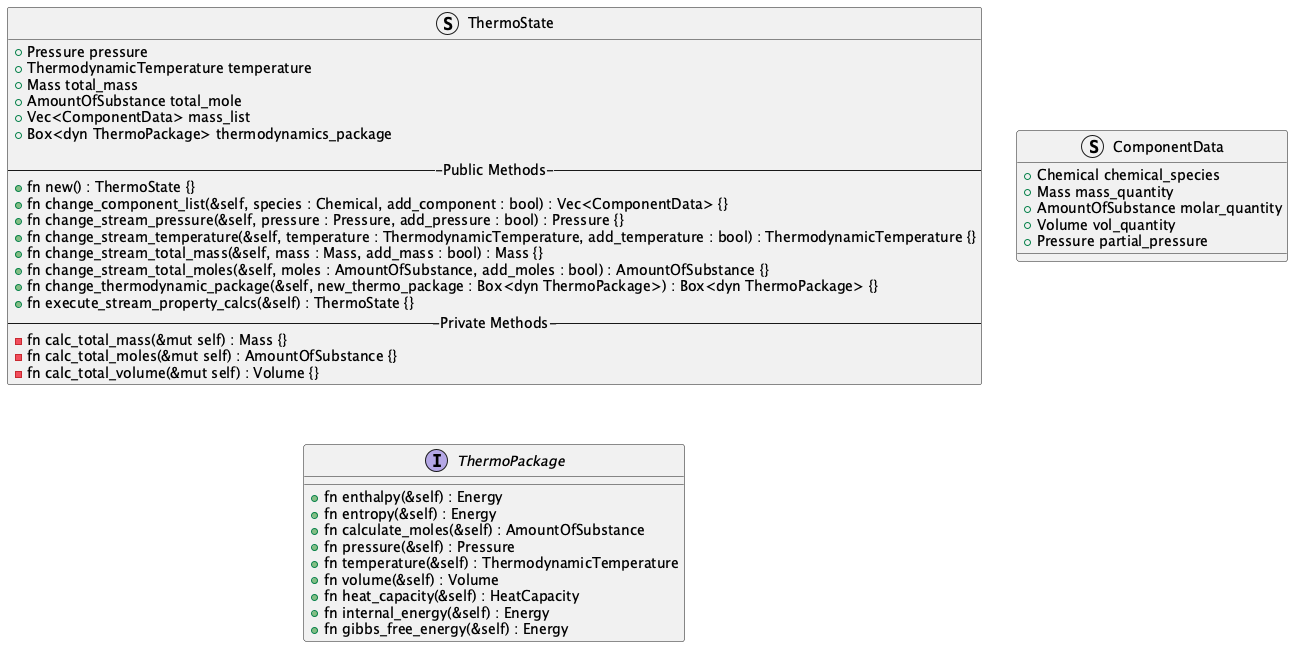
Before: thermo-module/thermodynamics_module_class_diagram.png, a diagram exported from PlantUML (OSCPS-Project/OSCPS-UML).
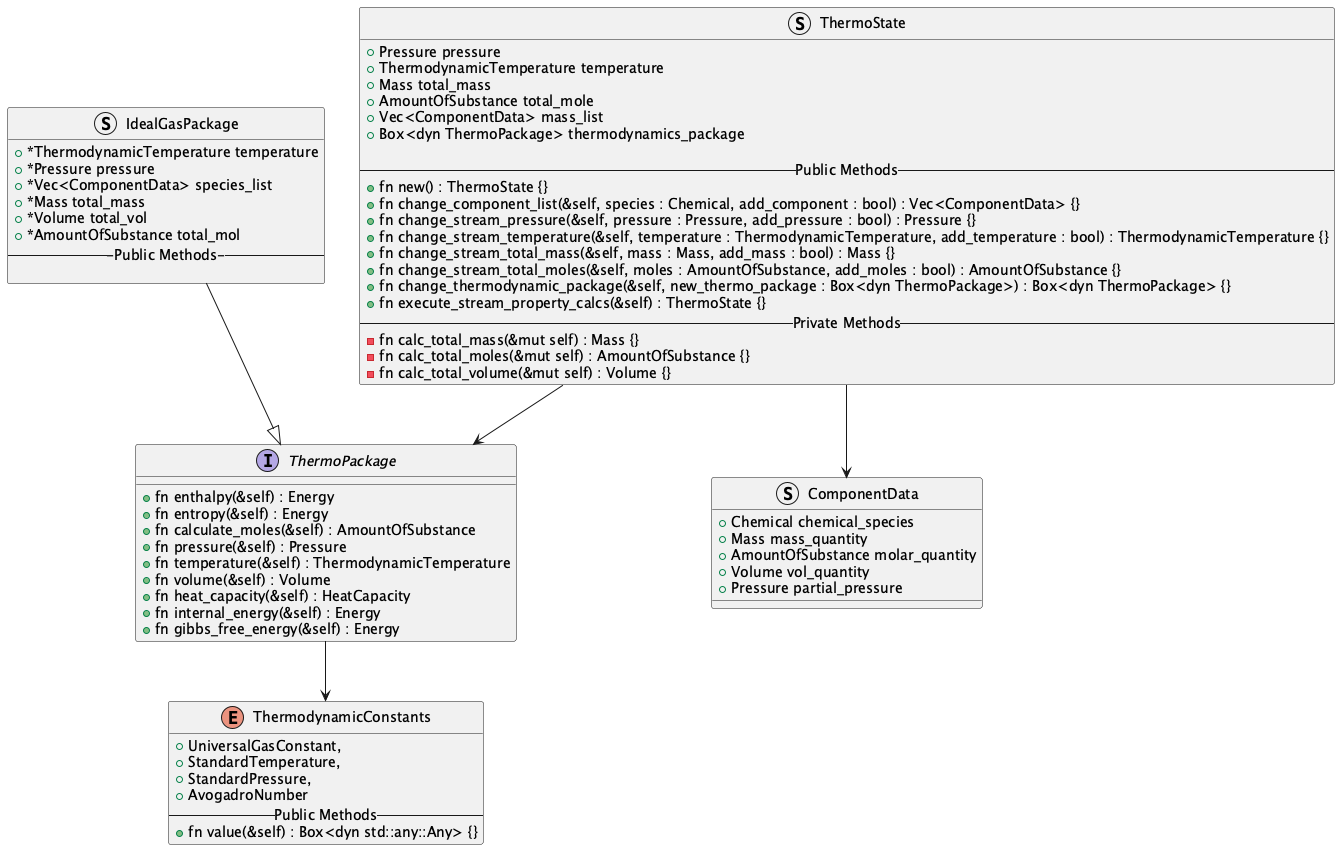
After the commit.

Commit message:
adding new files to class diagram repo

Change to the diagram source:
```diff
@@ -1,4 +1,16 @@
 @startuml thermodynamics_module_class_diagram
+
+!include ./thermo-packages/ideal-gas-package.puml
+
+enum ThermodynamicConstants {
+    + UniversalGasConstant,
+    + StandardTemperature,
+    + StandardPressure,
+    + AvogadroNumber
+    --Public Methods--
+    + fn value(&self) : Box<dyn std::any::Any> {}
+}
+
 
 Struct ThermoState {
   + Pressure pressure
@@ -8,7 +20,7 @@
   + Vec<ComponentData> mass_list
   + Box<dyn ThermoPackage> thermodynamics_package
 
-  ---Public Methods---
+  --Public Methods--
   + fn new() : ThermoState {}
   + fn change_component_list(&self, species : Chemical, add_component : bool) : Vec<ComponentData> {}
   + fn change_stream_pressure(&self, pressure : Pressure, add_pressure : bool) : Pressure {}
@@ -17,7 +29,7 @@
   + fn change_stream_total_moles(&self, moles : AmountOfSubstance, add_moles : bool) : AmountOfSubstance {}
   + fn change_thermodynamic_package(&self, new_thermo_package : Box<dyn ThermoPackage>) : Box<dyn ThermoPackage> {}
   + fn execute_stream_property_calcs(&self) : ThermoState {}
-  ---Private Methods---
+  --Private Methods--
   - fn calc_total_mass(&mut self) : Mass {}
   - fn calc_total_moles(&mut self) : AmountOfSubstance {}
   - fn calc_total_volume(&mut self) : Volume {}
@@ -43,6 +55,9 @@
     + fn gibbs_free_energy(&self) : Energy
 }
 
-
+ThermoState --> ThermoPackage
+ThermoState --> ComponentData
+ThermoPackage --> ThermodynamicConstants
+IdealGasPackage --|> ThermoPackage
 
 @enduml
```
